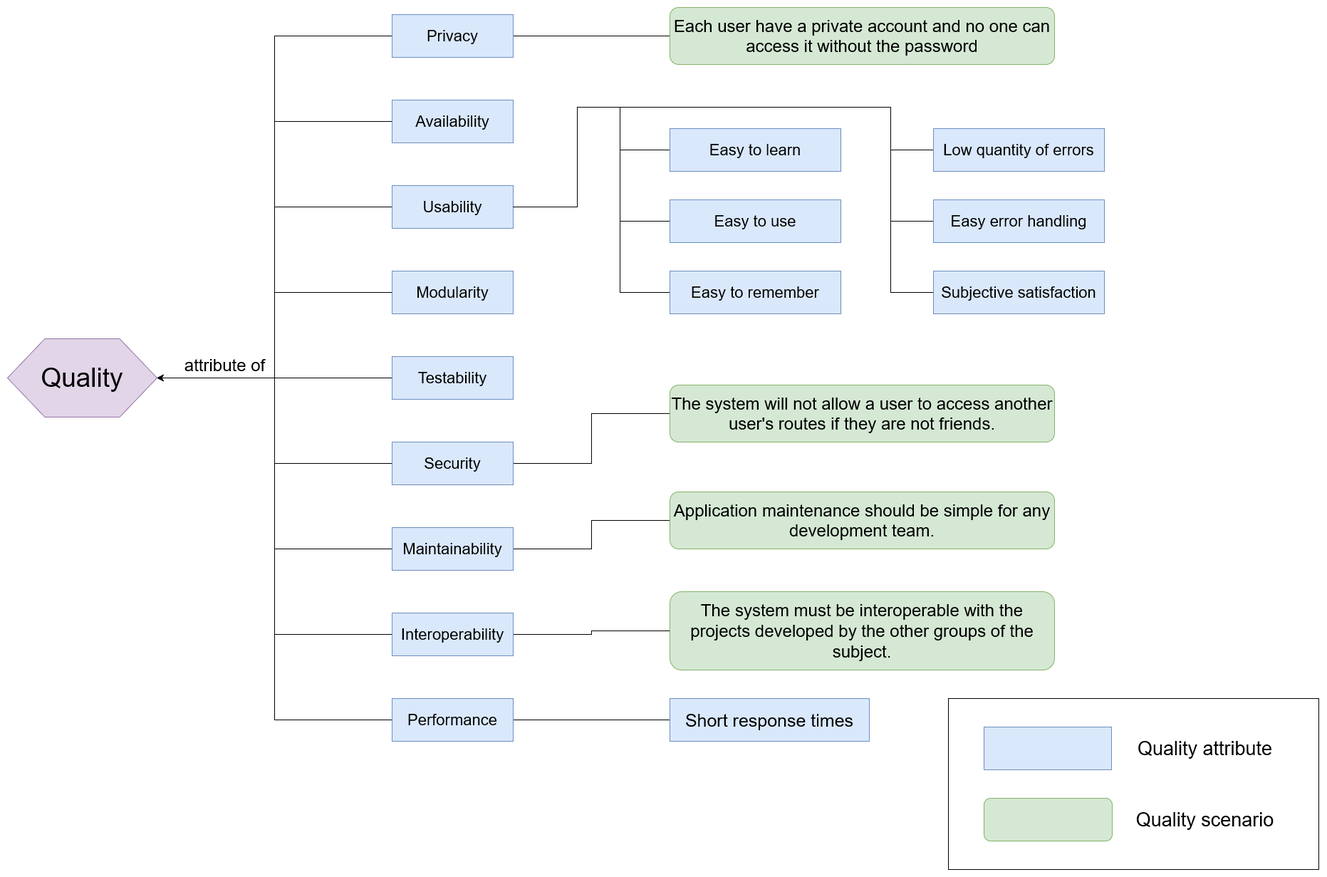
This is src/docs/images/10-ATAM.png from Arquisoft/viade_es2a, a draw.io export, as it was before one commit. Source tidied: cells renumbered, new cells last; positions are measured from the earlier drawing's top-left corner, leaving out a move shared by most shapes. Its diagram source:
```xml
<mxGraphModel>
  <root>
    <mxCell id="0" />
    <mxCell id="1" parent="0" />
    <mxCell id="2" style="edgeStyle=orthogonalEdgeStyle;rounded=0;jettySize=auto;html=1;entryX=1;entryY=0.5;entryDx=0;entryDy=0;fontSize=22;" parent="1" edge="1" source="4" target="25">
      <mxGeometry relative="1" as="geometry" />
    </mxCell>
    <mxCell id="3" style="edgeStyle=orthogonalEdgeStyle;rounded=0;jettySize=auto;html=1;endArrow=none;endFill=0;" parent="1" edge="1" source="4" target="43">
      <mxGeometry relative="1" as="geometry" />
    </mxCell>
    <mxCell id="4" value="Performance" style="rounded=0;whiteSpace=wrap;html=1;fontSize=22;fillColor=#dae8fc;strokeColor=#6c8ebf;" parent="1" vertex="1">
      <mxGeometry x="540" y="970" width="170" height="60" as="geometry" />
    </mxCell>
    <mxCell id="5" style="edgeStyle=orthogonalEdgeStyle;rounded=0;jettySize=auto;html=1;entryX=1;entryY=0.5;entryDx=0;entryDy=0;fontSize=22;" parent="1" edge="1" source="7" target="25">
      <mxGeometry relative="1" as="geometry" />
    </mxCell>
    <mxCell id="6" style="edgeStyle=orthogonalEdgeStyle;rounded=0;jettySize=auto;html=1;entryX=0;entryY=0.5;entryDx=0;entryDy=0;endArrow=none;endFill=0;" parent="1" edge="1" source="7" target="42">
      <mxGeometry relative="1" as="geometry" />
    </mxCell>
    <mxCell id="7" value="Interoperability" style="rounded=0;whiteSpace=wrap;html=1;fontSize=22;fillColor=#dae8fc;strokeColor=#6c8ebf;" parent="1" vertex="1">
      <mxGeometry x="540" y="850" width="170" height="60" as="geometry" />
    </mxCell>
    <mxCell id="8" style="edgeStyle=orthogonalEdgeStyle;rounded=0;jettySize=auto;html=1;entryX=1;entryY=0.5;entryDx=0;entryDy=0;fontSize=22;" parent="1" edge="1" source="10" target="25">
      <mxGeometry relative="1" as="geometry" />
    </mxCell>
    <mxCell id="9" style="edgeStyle=orthogonalEdgeStyle;rounded=0;jettySize=auto;html=1;endArrow=none;endFill=0;" parent="1" edge="1" source="10" target="44">
      <mxGeometry relative="1" as="geometry" />
    </mxCell>
    <mxCell id="10" value="Maintainability" style="rounded=0;whiteSpace=wrap;html=1;fontSize=22;fillColor=#dae8fc;strokeColor=#6c8ebf;" parent="1" vertex="1">
      <mxGeometry x="540" y="730" width="170" height="60" as="geometry" />
    </mxCell>
    <mxCell id="11" style="edgeStyle=orthogonalEdgeStyle;rounded=0;jettySize=auto;html=1;entryX=1;entryY=0.5;entryDx=0;entryDy=0;fontSize=22;" parent="1" edge="1" source="13" target="25">
      <mxGeometry relative="1" as="geometry" />
    </mxCell>
    <mxCell id="12" style="edgeStyle=orthogonalEdgeStyle;rounded=0;jettySize=auto;html=1;entryX=0;entryY=0.5;entryDx=0;entryDy=0;endArrow=none;endFill=0;" parent="1" edge="1" source="13" target="40">
      <mxGeometry relative="1" as="geometry" />
    </mxCell>
    <mxCell id="13" value="Security" style="rounded=0;whiteSpace=wrap;html=1;fontSize=22;fillColor=#dae8fc;strokeColor=#6c8ebf;" parent="1" vertex="1">
      <mxGeometry x="540" y="610" width="170" height="60" as="geometry" />
    </mxCell>
    <mxCell id="14" style="edgeStyle=orthogonalEdgeStyle;rounded=0;jettySize=auto;html=1;entryX=1;entryY=0.5;entryDx=0;entryDy=0;fontSize=22;" parent="1" edge="1" source="15" target="25">
      <mxGeometry relative="1" as="geometry" />
    </mxCell>
    <mxCell id="15" value="Testability" style="rounded=0;whiteSpace=wrap;html=1;fontSize=22;fillColor=#dae8fc;strokeColor=#6c8ebf;" parent="1" vertex="1">
      <mxGeometry x="540" y="490" width="170" height="60" as="geometry" />
    </mxCell>
    <mxCell id="16" style="edgeStyle=orthogonalEdgeStyle;rounded=0;jettySize=auto;html=1;entryX=1;entryY=0.5;entryDx=0;entryDy=0;fontSize=22;" parent="1" edge="1" source="17" target="25">
      <mxGeometry relative="1" as="geometry" />
    </mxCell>
    <mxCell id="17" value="Modularity" style="rounded=0;whiteSpace=wrap;html=1;fontSize=22;fillColor=#dae8fc;strokeColor=#6c8ebf;" parent="1" vertex="1">
      <mxGeometry x="540" y="370" width="170" height="60" as="geometry" />
    </mxCell>
    <mxCell id="18" style="edgeStyle=orthogonalEdgeStyle;rounded=0;jettySize=auto;html=1;entryX=1;entryY=0.5;entryDx=0;entryDy=0;fontSize=22;" parent="1" edge="1" source="19" target="25">
      <mxGeometry relative="1" as="geometry" />
    </mxCell>
    <mxCell id="19" value="Usability" style="rounded=0;whiteSpace=wrap;html=1;fontSize=22;fillColor=#dae8fc;strokeColor=#6c8ebf;" parent="1" vertex="1">
      <mxGeometry x="540" y="250" width="170" height="60" as="geometry" />
    </mxCell>
    <mxCell id="20" style="edgeStyle=orthogonalEdgeStyle;rounded=0;jettySize=auto;html=1;entryX=1;entryY=0.5;entryDx=0;entryDy=0;fontSize=22;" parent="1" edge="1" source="21" target="25">
      <mxGeometry relative="1" as="geometry" />
    </mxCell>
    <mxCell id="21" value="Availability" style="rounded=0;whiteSpace=wrap;html=1;fontSize=22;fillColor=#dae8fc;strokeColor=#6c8ebf;" parent="1" vertex="1">
      <mxGeometry x="540" y="130" width="170" height="60" as="geometry" />
    </mxCell>
    <mxCell id="22" style="edgeStyle=orthogonalEdgeStyle;rounded=0;jettySize=auto;html=1;entryX=1;entryY=0.5;entryDx=0;entryDy=0;fontSize=22;endArrow=none;endFill=0;" parent="1" edge="1" source="24" target="25">
      <mxGeometry relative="1" as="geometry" />
    </mxCell>
    <mxCell id="23" style="edgeStyle=orthogonalEdgeStyle;rounded=0;jettySize=auto;html=1;entryX=0;entryY=0.5;entryDx=0;entryDy=0;endArrow=none;endFill=0;fontSize=24;" parent="1" edge="1" source="24" target="27">
      <mxGeometry relative="1" as="geometry" />
    </mxCell>
    <mxCell id="24" value="&lt;div&gt;Privacy&lt;/div&gt;" style="rounded=0;whiteSpace=wrap;html=1;fontSize=22;fillColor=#dae8fc;strokeColor=#6c8ebf;" parent="1" vertex="1">
      <mxGeometry x="540" y="10" width="170" height="60" as="geometry" />
    </mxCell>
    <mxCell id="25" value="Quality" style="text;html=1;strokeColor=none;fillColor=none;align=center;verticalAlign=middle;whiteSpace=wrap;rounded=0;fontSize=30;" parent="1" vertex="1">
      <mxGeometry x="100" y="465" width="110" height="110" as="geometry" />
    </mxCell>
    <mxCell id="26" value="&lt;font style=&quot;font-size: 24px&quot;&gt;attribute of&lt;/font&gt;" style="text;html=1;align=center;verticalAlign=middle;fontSize=30;" parent="1" vertex="1">
      <mxGeometry x="240" y="480" width="130" height="40" as="geometry" />
    </mxCell>
    <mxCell id="27" value="&lt;font style=&quot;font-size: 24px;&quot;&gt;Each user have a private account and no one can access it without the password&lt;/font&gt;" style="rounded=1;whiteSpace=wrap;html=1;fontSize=24;fillColor=#d5e8d4;strokeColor=#82b366;" parent="1" vertex="1">
      <mxGeometry x="930" width="540" height="80" as="geometry" />
    </mxCell>
    <mxCell id="28" style="edgeStyle=orthogonalEdgeStyle;rounded=0;jettySize=auto;html=1;endArrow=none;endFill=0;" parent="1" edge="1" source="29">
      <mxGeometry relative="1" as="geometry">
        <mxPoint x="860" y="140" as="targetPoint" />
      </mxGeometry>
    </mxCell>
    <mxCell id="29" value="Easy to learn" style="rounded=0;whiteSpace=wrap;html=1;fontSize=22;fillColor=#dae8fc;strokeColor=#6c8ebf;" parent="1" vertex="1">
      <mxGeometry x="930" y="170" width="240" height="60" as="geometry" />
    </mxCell>
    <mxCell id="30" style="edgeStyle=orthogonalEdgeStyle;rounded=0;jettySize=auto;html=1;endArrow=none;endFill=0;fontSize=24;" parent="1" edge="1" source="31">
      <mxGeometry relative="1" as="geometry">
        <mxPoint x="710" y="280" as="targetPoint" />
        <Array as="points">
          <mxPoint x="1240" y="200" />
          <mxPoint x="1240" y="140" />
          <mxPoint x="800" y="140" />
          <mxPoint x="800" y="280" />
        </Array>
      </mxGeometry>
    </mxCell>
    <mxCell id="31" value="Low quantity of errors" style="rounded=0;whiteSpace=wrap;html=1;fontSize=22;" parent="1" vertex="1">
      <mxGeometry x="1300" y="170" width="240" height="60" as="geometry" />
    </mxCell>
    <mxCell id="32" style="edgeStyle=orthogonalEdgeStyle;rounded=0;jettySize=auto;html=1;endArrow=none;endFill=0;" parent="1" edge="1" source="33">
      <mxGeometry relative="1" as="geometry">
        <mxPoint x="860" y="270" as="targetPoint" />
      </mxGeometry>
    </mxCell>
    <mxCell id="33" value="Easy to remember" style="rounded=0;whiteSpace=wrap;html=1;fontSize=22;" parent="1" vertex="1">
      <mxGeometry x="930" y="370" width="240" height="60" as="geometry" />
    </mxCell>
    <mxCell id="34" style="edgeStyle=orthogonalEdgeStyle;rounded=0;jettySize=auto;html=1;endArrow=none;endFill=0;" parent="1" edge="1" source="35">
      <mxGeometry relative="1" as="geometry">
        <mxPoint x="860" y="200" as="targetPoint" />
      </mxGeometry>
    </mxCell>
    <mxCell id="35" value="Easy to use" style="rounded=0;whiteSpace=wrap;html=1;fontSize=22;fillColor=#dae8fc;strokeColor=#6c8ebf;" parent="1" vertex="1">
      <mxGeometry x="930" y="270" width="240" height="60" as="geometry" />
    </mxCell>
    <mxCell id="36" style="edgeStyle=orthogonalEdgeStyle;rounded=0;jettySize=auto;html=1;endArrow=none;endFill=0;fontSize=24;" parent="1" edge="1" source="37">
      <mxGeometry relative="1" as="geometry">
        <mxPoint x="710" y="280" as="targetPoint" />
        <Array as="points">
          <mxPoint x="1240" y="300" />
          <mxPoint x="1240" y="140" />
          <mxPoint x="800" y="140" />
          <mxPoint x="800" y="280" />
        </Array>
      </mxGeometry>
    </mxCell>
    <mxCell id="37" value="Easy error handling" style="rounded=0;whiteSpace=wrap;html=1;fontSize=22;fillColor=#dae8fc;strokeColor=#6c8ebf;" parent="1" vertex="1">
      <mxGeometry x="1300" y="270" width="240" height="60" as="geometry" />
    </mxCell>
    <mxCell id="38" style="edgeStyle=orthogonalEdgeStyle;rounded=0;jettySize=auto;html=1;entryX=1;entryY=0.5;entryDx=0;entryDy=0;endArrow=none;endFill=0;fontSize=24;" parent="1" edge="1" source="39" target="19">
      <mxGeometry relative="1" as="geometry">
        <Array as="points">
          <mxPoint x="1240" y="400" />
          <mxPoint x="1240" y="140" />
          <mxPoint x="800" y="140" />
          <mxPoint x="800" y="280" />
        </Array>
      </mxGeometry>
    </mxCell>
    <mxCell id="39" value="Subjective satisfaction" style="rounded=0;whiteSpace=wrap;html=1;fontSize=22;fillColor=#dae8fc;strokeColor=#6c8ebf;" parent="1" vertex="1">
      <mxGeometry x="1300" y="370" width="240" height="60" as="geometry" />
    </mxCell>
    <mxCell id="40" value="The system will not allow a user to access another user's routes if they are not friends." style="rounded=1;whiteSpace=wrap;html=1;fontSize=24;fillColor=#d5e8d4;strokeColor=#82b366;" parent="1" vertex="1">
      <mxGeometry x="930" y="530" width="540" height="80" as="geometry" />
    </mxCell>
    <mxCell id="41" value="Easy to remember" style="rounded=0;whiteSpace=wrap;html=1;fontSize=22;fillColor=#dae8fc;strokeColor=#6c8ebf;" parent="1" vertex="1">
      <mxGeometry x="930" y="370" width="240" height="60" as="geometry" />
    </mxCell>
    <mxCell id="42" value="The system must be interoperable with the projects developed by the other groups of the subject." style="rounded=1;whiteSpace=wrap;html=1;fontSize=24;fillColor=#d5e8d4;strokeColor=#82b366;" parent="1" vertex="1">
      <mxGeometry x="930" y="820" width="540" height="110" as="geometry" />
    </mxCell>
    <mxCell id="43" value="&lt;font style=&quot;font-size: 25px&quot;&gt;Short response times&lt;/font&gt;" style="rounded=0;whiteSpace=wrap;html=1;fontSize=22;" parent="1" vertex="1">
      <mxGeometry x="930" y="970" width="280" height="60" as="geometry" />
    </mxCell>
    <mxCell id="44" value="Application maintenance should be simple for any development team. " style="rounded=1;whiteSpace=wrap;html=1;fontSize=24;fillColor=#d5e8d4;strokeColor=#82b366;" parent="1" vertex="1">
      <mxGeometry x="930" y="680" width="540" height="80" as="geometry" />
    </mxCell>
    <mxCell id="45" value="Quality" style="shape=hexagon;perimeter=hexagonPerimeter2;whiteSpace=wrap;html=1;fontSize=37;fillColor=#e1d5e7;strokeColor=#9673a6;" parent="1" vertex="1">
      <mxGeometry y="465" width="210" height="110" as="geometry" />
    </mxCell>
    <mxCell id="46" style="rounded=0;whiteSpace=wrap;html=1;fontSize=27;" parent="1" vertex="1">
      <mxGeometry x="1321" y="970" width="520" height="240" as="geometry" />
    </mxCell>
    <mxCell id="47" style="rounded=0;whiteSpace=wrap;html=1;fontSize=27;fillColor=#dae8fc;strokeColor=#6c8ebf;" parent="1" vertex="1">
      <mxGeometry x="1371" y="1010" width="179" height="60" as="geometry" />
    </mxCell>
    <mxCell id="48" value="Quality attribute" style="text;html=1;align=center;verticalAlign=middle;fontSize=27;" parent="1" vertex="1">
      <mxGeometry x="1581" y="1020" width="200" height="40" as="geometry" />
    </mxCell>
    <mxCell id="49" style="rounded=1;whiteSpace=wrap;html=1;fontSize=27;fillColor=#d5e8d4;strokeColor=#82b366;" parent="1" vertex="1">
      <mxGeometry x="1371" y="1110" width="180" height="60" as="geometry" />
    </mxCell>
    <mxCell id="50" value="Quality scenario" style="text;html=1;align=center;verticalAlign=middle;fontSize=27;" parent="1" vertex="1">
      <mxGeometry x="1576" y="1120" width="210" height="40" as="geometry" />
    </mxCell>
    <mxCell id="51" value="Low quantity of errors" style="rounded=0;whiteSpace=wrap;html=1;fontSize=22;fillColor=#dae8fc;strokeColor=#6c8ebf;" parent="1" vertex="1">
      <mxGeometry x="1300" y="170" width="240" height="60" as="geometry" />
    </mxCell>
    <mxCell id="52" value="&lt;font style=&quot;font-size: 25px&quot;&gt;Short response times&lt;/font&gt;" style="rounded=0;whiteSpace=wrap;html=1;fontSize=22;fillColor=#dae8fc;strokeColor=#6c8ebf;" parent="1" vertex="1">
      <mxGeometry x="930" y="970" width="280" height="60" as="geometry" />
    </mxCell>
  </root>
</mxGraphModel>
```
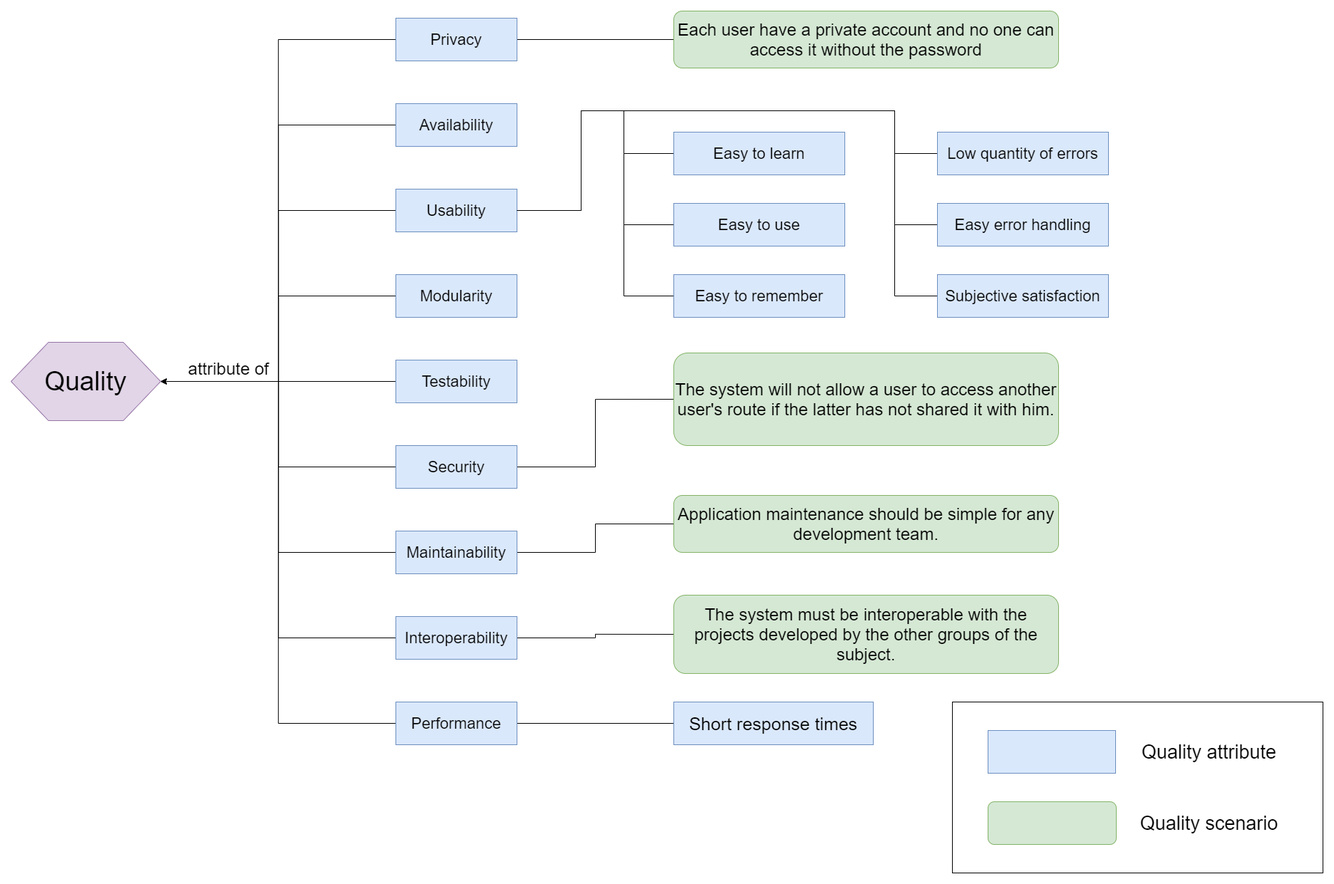
After the change.

Commit message:
Cambio en el escenario de calidad de seguridad

Cambio el esquema ATAM y la descripcion del escenario

Diff of the diagram source:
```diff
@@ -145,8 +145,8 @@
     <mxCell id="39" value="Subjective satisfaction" style="rounded=0;whiteSpace=wrap;html=1;fontSize=22;fillColor=#dae8fc;strokeColor=#6c8ebf;" parent="1" vertex="1">
       <mxGeometry x="1300" y="370" width="240" height="60" as="geometry" />
     </mxCell>
-    <mxCell id="40" value="The system will not allow a user to access another user's routes if they are not friends." style="rounded=1;whiteSpace=wrap;html=1;fontSize=24;fillColor=#d5e8d4;strokeColor=#82b366;" parent="1" vertex="1">
-      <mxGeometry x="930" y="530" width="540" height="80" as="geometry" />
+    <mxCell id="40" value="The system will not allow a user to access another user's route if the latter has not shared it with him." style="rounded=1;whiteSpace=wrap;html=1;fontSize=24;fillColor=#d5e8d4;strokeColor=#82b366;" parent="1" vertex="1">
+      <mxGeometry x="930" y="480" width="540" height="130" as="geometry" />
     </mxCell>
     <mxCell id="41" value="Easy to remember" style="rounded=0;whiteSpace=wrap;html=1;fontSize=22;fillColor=#dae8fc;strokeColor=#6c8ebf;" parent="1" vertex="1">
       <mxGeometry x="930" y="370" width="240" height="60" as="geometry" />
```
